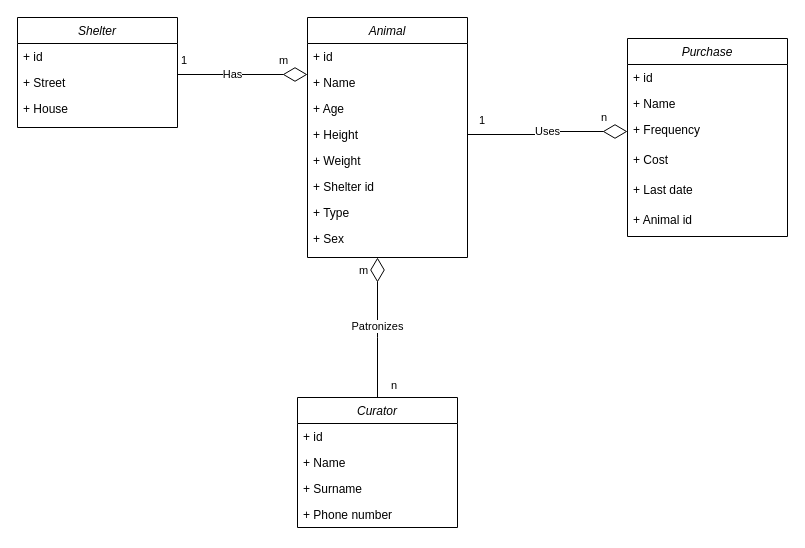
Above: diagrams/UML.drawio in Laiika/bmstu-iu7-sd (draw.io), before the change. Source tidied: cells renumbered, new cells numbered last; positions are measured from the earlier drawing's top-left corner, leaving out a move shared by most shapes. Both pictures are drawn from the tidied source at 100%, with x=0, y=0 at pixel (17, 17).
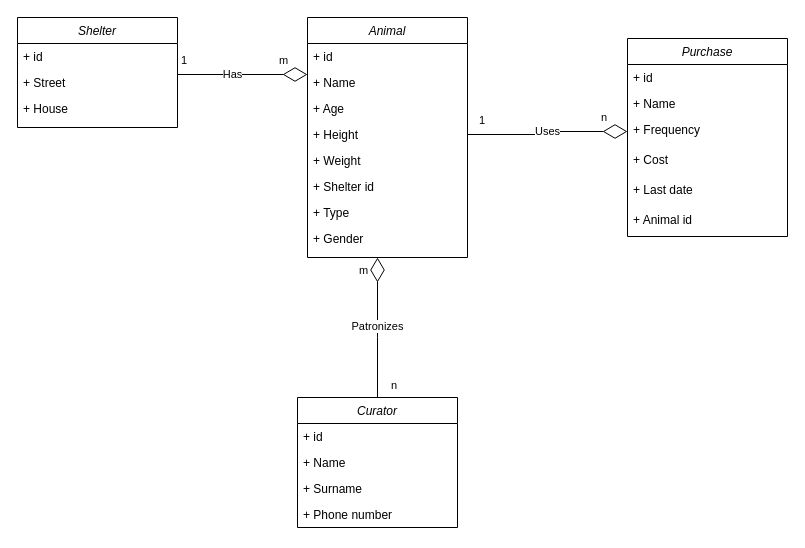
Above is the later version.

Unchanged cells that the change refers to:
```xml
<mxCell id="2" value="Animal" style="swimlane;fontStyle=2;align=center;verticalAlign=top;horizontal=1;startSize=26;rounded=0;shadow=0;strokeWidth=1;" parent="1" vertex="1">
  <mxGeometry x="290" width="160" height="240" as="geometry" />
</mxCell>
```

What changed in the source:
```diff
@@
-    <mxCell id="10" value="+ Sex" style="text;align=left;verticalAlign=top;spacingLeft=4;spacingRight=4;overflow=hidden;rounded=0;shadow=0;html=0;" parent="2" vertex="1">
+    <mxCell id="10" value="+ Gender" style="text;align=left;verticalAlign=top;spacingLeft=4;spacingRight=4;overflow=hidden;rounded=0;shadow=0;html=0;" parent="2" vertex="1">
       <mxGeometry y="208" width="160" height="26" as="geometry" />
     </mxCell>
```
